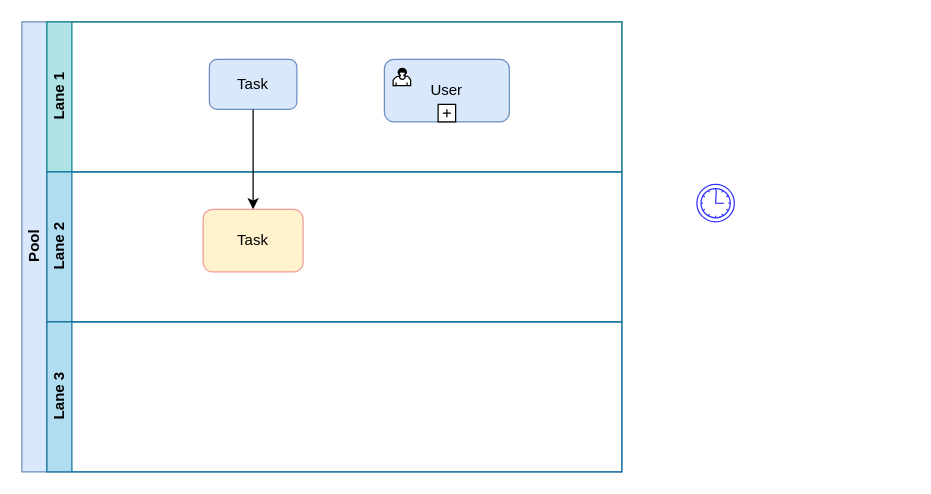
Above: process1.drawio in leonyxw/draw.io (draw.io), before the change. Source tidied: cells renumbered, new cells numbered last; positions are measured from the earlier drawing's top-left corner, leaving out a move shared by most shapes. Both pictures are drawn from the tidied source at 125%, with x=0, y=0 at pixel (21, 21).
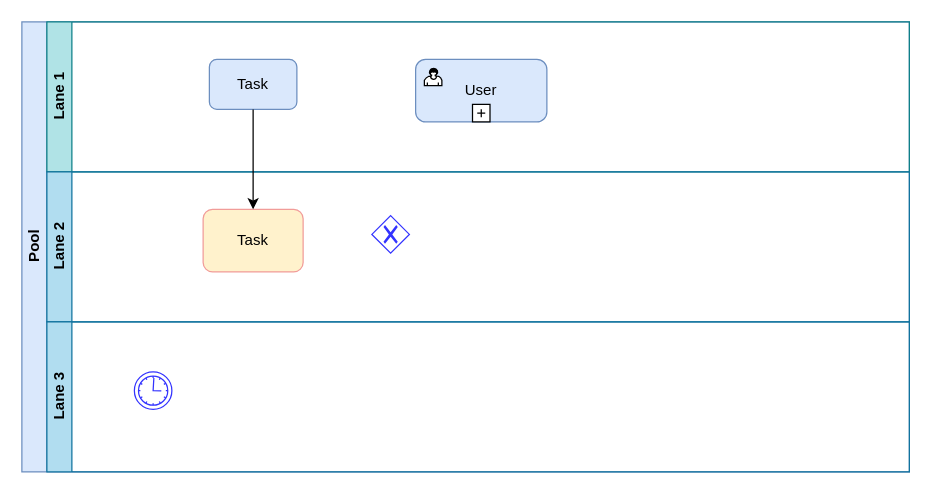
After the change.

Diff of the diagram source:
```diff
@@
 <mxGraphModel>
   <root>
     <mxCell id="0" />
     <mxCell id="1" parent="0" />
-    <mxCell id="2" value="Pool" style="swimlane;html=1;horizontal=0;startSize=20;fillColor=#dae8fc;strokeColor=#6c8ebf;" parent="1" vertex="1">
-      <mxGeometry width="480" height="360" as="geometry" />
+    <mxCell id="2" value="Pool" style="swimlane;html=1;horizontal=0;startSize=20;fillColor=#dae8fc;strokeColor=#6c8ebf;noLabel=0;flipV=0;flipH=0;direction=east;perimeter=trianglePerimeter;" parent="1" vertex="1">
+      <mxGeometry width="710" height="360" as="geometry" />
     </mxCell>
-    <mxCell id="3" value="Lane 1" style="swimlane;html=1;startSize=20;horizontal=0;fillColor=#b0e3e6;strokeColor=#0e8088;swimlaneLine=1;" parent="2" vertex="1">
-      <mxGeometry x="20" width="460" height="120" as="geometry" />
+    <mxCell id="3" value="Lane 1" style="swimlane;html=1;startSize=20;horizontal=0;fillColor=#b0e3e6;strokeColor=#0e8088;swimlaneLine=1;perimeter=backbonePerimeter;" parent="2" vertex="1">
+      <mxGeometry x="20" width="690" height="120" as="geometry" />
     </mxCell>
     <mxCell id="4" value="Task" style="shape=ext;rounded=1;html=1;whiteSpace=wrap;fillColor=#dae8fc;strokeColor=#6c8ebf;" parent="3" vertex="1">
       <mxGeometry x="130" y="30" width="70" height="40" as="geometry" />
     </mxCell>
-    <mxCell id="5" value="User" style="html=1;whiteSpace=wrap;rounded=1;strokeColor=#6c8ebf;fillColor=#dae8fc;" parent="3" vertex="1">
-      <mxGeometry x="270" y="30" width="100" height="50" as="geometry" />
+    <mxCell id="5" value="User" style="html=1;whiteSpace=wrap;rounded=1;strokeColor=#6c8ebf;fillColor=#dae8fc;absoluteArcSize=0;arcSize=16;" parent="3" vertex="1">
+      <mxGeometry x="295" y="30" width="105" height="50" as="geometry" />
     </mxCell>
     <mxCell id="6" style="html=1;shape=mxgraph.bpmn.user_task;" parent="5" vertex="1">
       <mxGeometry width="14" height="14" relative="1" as="geometry">
         <mxPoint x="7" y="7" as="offset" />
       </mxGeometry>
     </mxCell>
     <mxCell id="7" style="html=1;shape=plus;" parent="5" vertex="1">
       <mxGeometry x="0.5" y="1" width="14" height="14" relative="1" as="geometry">
         <mxPoint x="-7" y="-14" as="offset" />
       </mxGeometry>
     </mxCell>
     <mxCell id="8" value="Lane 2" style="swimlane;html=1;startSize=20;horizontal=0;fillColor=#b1ddf0;strokeColor=#10739e;" parent="2" vertex="1">
-      <mxGeometry x="20" y="120" width="460" height="120" as="geometry" />
+      <mxGeometry x="20" y="120" width="690" height="120" as="geometry" />
     </mxCell>
     <mxCell id="9" value="Task" style="shape=ext;rounded=1;html=1;whiteSpace=wrap;fillColor=#fff2cc;strokeColor=#F19C99;" parent="8" vertex="1">
       <mxGeometry x="125" y="30" width="80" height="50" as="geometry" />
     </mxCell>
+    <mxCell id="13" style="shape=mxgraph.bpmn.shape;html=1;verticalLabelPosition=bottom;labelBackgroundColor=#ffffff;verticalAlign=top;align=center;perimeter=rhombusPerimeter;background=gateway;outline=none;symbol=exclusiveGw;strokeColor=#3333FF;fillColor=none;" parent="8" vertex="1">
+      <mxGeometry x="260" y="35" width="30" height="30" as="geometry" />
+    </mxCell>
     <mxCell id="10" value="Lane 3" style="swimlane;html=1;startSize=20;horizontal=0;fillColor=#b1ddf0;strokeColor=#10739e;" parent="2" vertex="1">
-      <mxGeometry x="20" y="240" width="460" height="120" as="geometry" />
+      <mxGeometry x="20" y="240" width="690" height="120" as="geometry" />
     </mxCell>
+    <mxCell id="12" style="shape=mxgraph.bpmn.shape;html=1;verticalLabelPosition=bottom;labelBackgroundColor=#ffffff;verticalAlign=top;align=center;perimeter=ellipsePerimeter;outline=standard;symbol=timer;strokeColor=#3333FF;fillColor=none;" parent="10" vertex="1">
+      <mxGeometry x="70" y="40" width="30" height="30" as="geometry" />
+    </mxCell>
     <mxCell id="11" style="edgeStyle=orthogonalEdgeStyle;rounded=0;jettySize=auto;html=1;exitX=0.5;exitY=1;exitDx=0;exitDy=0;entryX=0.5;entryY=0;entryDx=0;entryDy=0;" parent="2" edge="1" source="4" target="9">
       <mxGeometry relative="1" as="geometry" />
     </mxCell>
-    <mxCell id="12" style="shape=mxgraph.bpmn.shape;html=1;verticalLabelPosition=bottom;labelBackgroundColor=#ffffff;verticalAlign=top;align=center;perimeter=ellipsePerimeter;outline=standard;symbol=timer;strokeColor=#3333FF;fillColor=none;" parent="1" vertex="1">
-      <mxGeometry x="540" y="130" width="30" height="30" as="geometry" />
-    </mxCell>
   </root>
 </mxGraphModel>
```
